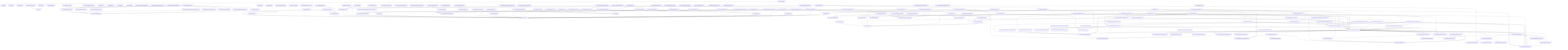
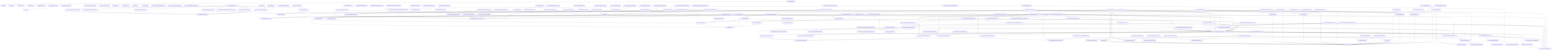
graph TD
  package__ankhorage_studio["@ankhorage/studio"]
  entrypoint_src_index_ts["src/index.ts"]
  package__ankhorage_studio --> entrypoint_src_index_ts
  module_knip_config_ts["knip.config.ts"]
  package__ankhorage_studio -.-> module_knip_config_ts
  module_paradox_config_ts["paradox.config.ts"]
  package__ankhorage_studio -.-> module_paradox_config_ts
  module_src_ankhAdmin_public_test_ts["src/ankhAdmin.public.test.ts"]
  package__ankhorage_studio -.-> module_src_ankhAdmin_public_test_ts
  module_src_ankhAdmin_public_test_ts --> module_src_root_ts
  module_src_app_index_ts["src/app/index.ts"]
  package__ankhorage_studio -.-> module_src_app_index_ts
  module_src_app_StudioApp_tsx["src/app/StudioApp.tsx"]
  package__ankhorage_studio -.-> module_src_app_StudioApp_tsx
  module_src_app_StudioDashboard_tsx["src/app/StudioDashboard.tsx"]
  package__ankhorage_studio -.-> module_src_app_StudioDashboard_tsx
  module_src_app_StudioDashboard_tsx --> module_src_hooks_useProjects_ts
  module_src_app_StudioDashboard_tsx --> module_src_hooks_useTemplateSummaries_ts
  module_src_app_StudioDashboard_tsx --> module_src_modules_dashboard_platform_ts
  module_src_app_StudioDashboard_tsx --> module_src_modules_dashboard_search_ts
  module_src_app_StudioDashboard_tsx --> module_src_modules_dashboard_templates_ts
  module_src_app_StudioDashboard_tsx --> module_src_modules_dashboard_types_ts
  module_src_app_StudioDashboard_tsx --> module_src_modules_dashboard_ui_DashboardSectionHeader_tsx
  module_src_app_StudioDashboard_tsx --> module_src_modules_dashboard_ui_ProjectCard_tsx
  module_src_app_StudioDashboard_tsx --> module_src_modules_dashboard_ui_TemplateCard_tsx
  module_src_authFlowContract_test_ts["src/authFlowContract.test.ts"]
  package__ankhorage_studio -.-> module_src_authFlowContract_test_ts
  module_src_authSettings_test_ts["src/authSettings.test.ts"]
  package__ankhorage_studio -.-> module_src_authSettings_test_ts
  module_src_authSettings_test_ts --> module_src_authSettings_ts
  module_src_authSettings_ts["src/authSettings.ts"]
  package__ankhorage_studio -.-> module_src_authSettings_ts
  module_src_canvasDragModel_public_test_ts["src/canvasDragModel.public.test.ts"]
  package__ankhorage_studio -.-> module_src_canvasDragModel_public_test_ts
  module_src_canvasDragModel_public_test_ts --> module_src_canvasDragModel_ts
  module_src_canvasDragModel_public_test_ts --> module_src_canvasDropZones_ts
  module_src_canvasDragModel_test_ts["src/canvasDragModel.test.ts"]
  package__ankhorage_studio -.-> module_src_canvasDragModel_test_ts
  module_src_canvasDragModel_test_ts --> module_src_canvasDragModel_ts
  module_src_canvasDragModel_test_ts --> module_src_canvasDropZones_ts
  module_src_canvasDragModel_ts["src/canvasDragModel.ts"]
  package__ankhorage_studio -.-> module_src_canvasDragModel_ts
  module_src_canvasDragModel_ts --> module_src_canvasDropZones_ts
  module_src_canvasDragModel_ts --> module_src_index_ts
  module_src_canvasDropZones_test_ts["src/canvasDropZones.test.ts"]
  package__ankhorage_studio -.-> module_src_canvasDropZones_test_ts
  module_src_canvasDropZones_test_ts --> module_src_canvasDropZones_ts
  module_src_canvasDropZones_test_ts --> module_src_index_ts
  module_src_canvasDropZones_ts["src/canvasDropZones.ts"]
  package__ankhorage_studio -.-> module_src_canvasDropZones_ts
  module_src_canvasDropZones_ts --> module_src_index_ts
  module_src_cli_index_ts["src/cli/index.ts"]
  package__ankhorage_studio -.-> module_src_cli_index_ts
  module_src_cli_index_ts --> module_src_host_createStudioHost_ts
  module_src_cli_index_ts --> module_src_host_http_server_ts
  module_src_cli_index_ts --> module_src_host_templateRegistry_index_ts
  module_src_cli_index_ts --> module_src_host_utils_workspaceRoot_ts
  module_src_core_constants_ts["src/core/constants.ts"]
  package__ankhorage_studio -.-> module_src_core_constants_ts
  module_src_core_StudioContext_ts["src/core/StudioContext.ts"]
  package__ankhorage_studio -.-> module_src_core_StudioContext_ts
  module_src_core_StudioContext_ts --> module_src_index_ts
  module_src_core_studioPackageBoundary_ts["src/core/studioPackageBoundary.ts"]
  package__ankhorage_studio -.-> module_src_core_studioPackageBoundary_ts
+   module_src_core_StudioProvider_test_ts["src/core/StudioProvider.test.ts"]
+   package__ankhorage_studio -.-> module_src_core_StudioProvider_test_ts
  module_src_core_StudioProvider_ts["src/core/StudioProvider.ts"]
  package__ankhorage_studio -.-> module_src_core_StudioProvider_ts
+   module_src_core_StudioProvider_ts --> module_src_core_constants_ts
  module_src_core_StudioProvider_ts --> module_src_core_StudioContext_ts
  module_src_core_StudioProvider_ts --> module_src_index_ts
+   module_src_core_StudioProvider_ts --> module_src_manifestState_ts
+   module_src_core_StudioProvider_ts --> module_src_manifestSync_ts
  module_src_dnd_index_ts["src/dnd/index.ts"]
  package__ankhorage_studio -.-> module_src_dnd_index_ts
  module_src_dnd_primitives_ts["src/dnd/primitives.ts"]
  package__ankhorage_studio -.-> module_src_dnd_primitives_ts
  module_src_dnd_state_ts["src/dnd/state.ts"]
  package__ankhorage_studio -.-> module_src_dnd_state_ts
  module_src_hooks_useProjects_ts["src/hooks/useProjects.ts"]
  package__ankhorage_studio -.-> module_src_hooks_useProjects_ts
  module_src_hooks_useProjects_ts --> module_src_core_constants_ts
  module_src_hooks_useTemplateSummaries_ts["src/hooks/useTemplateSummaries.ts"]
  package__ankhorage_studio -.-> module_src_hooks_useTemplateSummaries_ts
  module_src_hooks_useTemplateSummaries_ts --> module_src_core_constants_ts
  module_src_hooks_useTemplateSummaries_ts --> module_src_modules_dashboard_types_ts
  module_src_host_auth_projectAuthHealthService_ts["src/host/auth/projectAuthHealthService.ts"]
  package__ankhorage_studio -.-> module_src_host_auth_projectAuthHealthService_ts
  module_src_host_auth_projectAuthHealthService_ts --> module_src_host_orchestrator_projectManager_ts
  module_src_host_auth_projectAuthHealthService_ts --> module_src_host_secrets_projectSecretService_ts
  module_src_host_auth_projectAuthHealthService_ts --> module_src_projectAuthHealth_ts
  module_src_host_auth_projectAuthService_test_ts["src/host/auth/projectAuthService.test.ts"]
  package__ankhorage_studio -.-> module_src_host_auth_projectAuthService_test_ts
  module_src_host_auth_projectAuthService_test_ts --> module_src_host_auth_projectAuthService_ts
  module_src_host_auth_projectAuthService_ts["src/host/auth/projectAuthService.ts"]
  package__ankhorage_studio -.-> module_src_host_auth_projectAuthService_ts
  module_src_host_auth_projectAuthService_ts --> module_src_authSettings_ts
  module_src_host_auth_projectAuthService_ts --> module_src_host_orchestrator_projectManager_ts
  module_src_host_createStudioHost_ts["src/host/createStudioHost.ts"]
  package__ankhorage_studio -.-> module_src_host_createStudioHost_ts
  module_src_host_createStudioHost_ts --> module_src_host_orchestrator_infraRuntime_ts
  module_src_host_createStudioHost_ts --> module_src_host_orchestrator_moduleManager_ts
  module_src_host_createStudioHost_ts --> module_src_host_orchestrator_projectManager_ts
  module_src_host_generatedAuthAdapterRuntime_smoke_test_ts["src/host/generatedAuthAdapterRuntime.smoke.test.ts"]
  package__ankhorage_studio -.-> module_src_host_generatedAuthAdapterRuntime_smoke_test_ts
  module_src_host_generatedAuthAdapterRuntime_smoke_test_ts --> module_src_host_orchestrator_moduleManager_ts
  module_src_host_generatedAuthAdapterRuntime_smoke_test_ts --> module_src_host_orchestrator_projectManager_ts
  module_src_host_generatedAuthAdapterRuntime_smoke_test_ts --> module_src_host_templateRegistry_index_ts
  module_src_host_hostLifecycle_smoke_test_ts["src/host/hostLifecycle.smoke.test.ts"]
  package__ankhorage_studio -.-> module_src_host_hostLifecycle_smoke_test_ts
  module_src_host_hostLifecycle_smoke_test_ts --> module_src_host_orchestrator_moduleManager_ts
  module_src_host_hostLifecycle_smoke_test_ts --> module_src_host_orchestrator_projectManager_ts
  module_src_host_hostLifecycle_smoke_test_ts --> module_src_host_templateRegistry_index_ts
  module_src_host_hostOwnership_test_ts["src/host/hostOwnership.test.ts"]
  package__ankhorage_studio -.-> module_src_host_hostOwnership_test_ts
  module_src_host_hostOwnership_test_ts --> module_src_host_http_security_ts
  module_src_host_hostOwnership_test_ts --> module_src_host_orchestrator_projectPaths_ts
  module_src_host_hostOwnership_test_ts --> module_src_host_utils_workspaceRoot_ts
  module_src_host_http_authRoutes_ts["src/host/http/authRoutes.ts"]
  package__ankhorage_studio -.-> module_src_host_http_authRoutes_ts
  module_src_host_http_authRoutes_ts --> module_src_host_auth_projectAuthHealthService_ts
  module_src_host_http_authRoutes_ts --> module_src_host_auth_projectAuthService_ts
  module_src_host_http_authRoutes_ts --> module_src_host_orchestrator_projectManager_ts
  module_src_host_http_authRoutes_ts --> module_src_host_secrets_projectSecretService_ts
  module_src_host_http_secretRoutes_ts["src/host/http/secretRoutes.ts"]
  package__ankhorage_studio -.-> module_src_host_http_secretRoutes_ts
  module_src_host_http_secretRoutes_ts --> module_src_host_orchestrator_projectManager_ts
  module_src_host_http_secretRoutes_ts --> module_src_host_secrets_projectSecretService_ts
  module_src_host_http_security_ts["src/host/http/security.ts"]
  package__ankhorage_studio -.-> module_src_host_http_security_ts
  module_src_host_http_server_ts["src/host/http/server.ts"]
  package__ankhorage_studio -.-> module_src_host_http_server_ts
  module_src_host_http_server_ts --> module_src_host_http_security_ts
  module_src_host_http_server_ts --> module_src_host_orchestrator_infraRuntime_ts
  module_src_host_http_server_ts --> module_src_host_orchestrator_moduleManager_ts
  module_src_host_http_server_ts --> module_src_host_orchestrator_projectManager_ts
  module_src_host_http_server_ts --> module_src_host_orchestrator_resolveMutations_ts
  module_src_host_http_server_ts --> module_src_host_orchestrator_studioInfraUp_ts
  module_src_host_http_server_ts --> module_src_host_templateRegistry_index_ts
  module_src_host_http_server_ts --> module_src_host_utils_trimOutput_ts
  module_src_host_http_server_ts --> module_src_host_utils_workspaceRoot_ts
  module_src_host_http_serverWithSecrets_ts["src/host/http/serverWithSecrets.ts"]
  package__ankhorage_studio -.-> module_src_host_http_serverWithSecrets_ts
  module_src_host_http_serverWithSecrets_ts --> module_src_host_http_authRoutes_ts
  module_src_host_http_serverWithSecrets_ts --> module_src_host_http_secretRoutes_ts
  module_src_host_http_serverWithSecrets_ts --> module_src_host_http_server_ts
  module_src_host_http_serverWithSecrets_ts --> module_src_host_orchestrator_moduleManager_ts
  module_src_host_http_serverWithSecrets_ts --> module_src_host_orchestrator_projectManager_ts
  module_src_host_http_serverWithSecrets_ts --> module_src_host_utils_workspaceRoot_ts
  module_src_host_http_standalone_ts["src/host/http/standalone.ts"]
  package__ankhorage_studio -.-> module_src_host_http_standalone_ts
  module_src_host_http_standalone_ts --> module_src_host_http_serverWithSecrets_ts
  module_src_host_index_ts["src/host/index.ts"]
  package__ankhorage_studio -.-> module_src_host_index_ts
  module_src_host_layout_auth_resolveAuthLayoutPlan_test_ts["src/host/layout/auth/resolveAuthLayoutPlan.test.ts"]
  package__ankhorage_studio -.-> module_src_host_layout_auth_resolveAuthLayoutPlan_test_ts
  module_src_host_layout_auth_resolveAuthLayoutPlan_test_ts --> module_src_host_layout_auth_resolveAuthLayoutPlan_ts
  module_src_host_layout_auth_resolveAuthLayoutPlan_ts["src/host/layout/auth/resolveAuthLayoutPlan.ts"]
  package__ankhorage_studio -.-> module_src_host_layout_auth_resolveAuthLayoutPlan_ts
  module_src_host_layout_layoutGenerator_test_ts["src/host/layout/layoutGenerator.test.ts"]
  package__ankhorage_studio -.-> module_src_host_layout_layoutGenerator_test_ts
  module_src_host_layout_layoutGenerator_test_ts --> module_src_host_layout_layoutGenerator_ts
  module_src_host_layout_layoutGenerator_ts["src/host/layout/layoutGenerator.ts"]
  package__ankhorage_studio -.-> module_src_host_layout_layoutGenerator_ts
  module_src_host_layout_layoutGenerator_ts --> module_src_host_layout_auth_resolveAuthLayoutPlan_ts
  module_src_host_layout_layoutGenerator_ts --> module_src_host_layout_templates_index_ts
  module_src_host_layout_layoutGenerator_ts --> module_src_host_modules_layout_ts
+   module_src_host_layout_layoutGenerator_ts --> module_src_index_ts
+   module_src_host_layout_layoutGenerator_ts --> module_src_studioAdminRouteModel_ts
  module_src_host_layout_templates_auth_adapter_ts["src/host/layout/templates/auth/adapter.ts"]
  package__ankhorage_studio -.-> module_src_host_layout_templates_auth_adapter_ts
  module_src_host_layout_templates_auth_callback_ts["src/host/layout/templates/auth/callback.ts"]
  package__ankhorage_studio -.-> module_src_host_layout_templates_auth_callback_ts
  module_src_host_layout_templates_auth_callback_ts --> module_src_host_layout_templates_utils_routes_ts
  module_src_host_layout_templates_auth_callback_ts --> module_src_host_layout_utils_escapeStringLiteral_ts
  module_src_host_layout_templates_auth_oauth_ts["src/host/layout/templates/auth/oauth.ts"]
  package__ankhorage_studio -.-> module_src_host_layout_templates_auth_oauth_ts
  module_src_host_layout_templates_auth_oauth_ts --> module_src_host_layout_auth_resolveAuthLayoutPlan_ts
  module_src_host_layout_templates_auth_oauth_ts --> module_src_host_layout_utils_escapeStringLiteral_ts
  module_src_host_layout_templates_auth_screen_ts["src/host/layout/templates/auth/screen.ts"]
  package__ankhorage_studio -.-> module_src_host_layout_templates_auth_screen_ts
  module_src_host_layout_templates_auth_screen_ts --> module_src_host_layout_auth_resolveAuthLayoutPlan_ts
  module_src_host_layout_templates_auth_screen_ts --> module_src_host_layout_templates_utils_routes_ts
  module_src_host_layout_templates_auth_screen_ts --> module_src_host_layout_templates_utils_strings_ts
  module_src_host_layout_templates_auth_screen_ts --> module_src_host_layout_utils_escapeStringLiteral_ts
  module_src_host_layout_templates_auth_session_ts["src/host/layout/templates/auth/session.ts"]
  package__ankhorage_studio -.-> module_src_host_layout_templates_auth_session_ts
  module_src_host_layout_templates_auth_signOut_ts["src/host/layout/templates/auth/signOut.ts"]
  package__ankhorage_studio -.-> module_src_host_layout_templates_auth_signOut_ts
  module_src_host_layout_templates_index_ts["src/host/layout/templates/index.ts"]
  package__ankhorage_studio -.-> module_src_host_layout_templates_index_ts
  module_src_host_layout_templates_navigation_ts["src/host/layout/templates/navigation.ts"]
  package__ankhorage_studio -.-> module_src_host_layout_templates_navigation_ts
  module_src_host_layout_templates_navigation_ts --> module_src_host_layout_utils_escapeStringLiteral_ts
  module_src_host_layout_templates_nestedLayout_ts["src/host/layout/templates/nestedLayout.ts"]
  package__ankhorage_studio -.-> module_src_host_layout_templates_nestedLayout_ts
  module_src_host_layout_templates_nestedLayout_ts --> module_src_host_layout_templates_navigation_ts
  module_src_host_layout_templates_nestedLayout_ts --> module_src_host_layout_templates_utils_strings_ts
  module_src_host_layout_templates_redirect_ts["src/host/layout/templates/redirect.ts"]
  package__ankhorage_studio -.-> module_src_host_layout_templates_redirect_ts
  module_src_host_layout_templates_redirect_ts --> module_src_host_layout_utils_escapeStringLiteral_ts
  module_src_host_layout_templates_rootLayout_test_ts["src/host/layout/templates/rootLayout.test.ts"]
  package__ankhorage_studio -.-> module_src_host_layout_templates_rootLayout_test_ts
  module_src_host_layout_templates_rootLayout_test_ts --> module_src_host_layout_templates_rootLayout_ts
  module_src_host_layout_templates_rootLayout_ts["src/host/layout/templates/rootLayout.ts"]
  package__ankhorage_studio -.-> module_src_host_layout_templates_rootLayout_ts
  module_src_host_layout_templates_rootLayout_ts --> module_src_host_layout_templates_navigation_ts
  module_src_host_layout_templates_rootLayout_ts --> module_src_host_layout_templates_utils_routes_ts
  module_src_host_layout_templates_rootLayout_ts --> module_src_host_layout_utils_escapeStringLiteral_ts
  module_src_host_layout_templates_rootLayout_ts --> module_src_host_modules_layout_ts
  module_src_host_layout_templates_screen_ts["src/host/layout/templates/screen.ts"]
  package__ankhorage_studio -.-> module_src_host_layout_templates_screen_ts
  module_src_host_layout_templates_screen_ts --> module_src_host_layout_templates_utils_strings_ts
  module_src_host_layout_templates_screen_ts --> module_src_host_layout_utils_escapeStringLiteral_ts
  module_src_host_layout_templates_utils_routes_ts["src/host/layout/templates/utils/routes.ts"]
  package__ankhorage_studio -.-> module_src_host_layout_templates_utils_routes_ts
  module_src_host_layout_templates_utils_strings_ts["src/host/layout/templates/utils/strings.ts"]
  package__ankhorage_studio -.-> module_src_host_layout_templates_utils_strings_ts
  module_src_host_layout_utils_escapeStringLiteral_ts["src/host/layout/utils/escapeStringLiteral.ts"]
  package__ankhorage_studio -.-> module_src_host_layout_utils_escapeStringLiteral_ts
  module_src_host_manifestSystem_auth_index_ts["src/host/manifestSystem/auth/index.ts"]
  package__ankhorage_studio -.-> module_src_host_manifestSystem_auth_index_ts
  module_src_host_manifestSystem_auth_shared_global_auth_system_tpl_ts["src/host/manifestSystem/auth/shared/global.auth.system.tpl.ts"]
  package__ankhorage_studio -.-> module_src_host_manifestSystem_auth_shared_global_auth_system_tpl_ts
  module_src_host_manifestSystem_auth_shared_index_ts["src/host/manifestSystem/auth/shared/index.ts"]
  package__ankhorage_studio -.-> module_src_host_manifestSystem_auth_shared_index_ts
  module_src_host_manifestSystem_auth_shared_index_ts --> module_src_host_manifestSystem_auth_shared_global_auth_system_tpl_ts
  module_src_host_manifestSystem_auth_shared_index_ts --> module_src_host_manifestSystem_types_ts
  module_src_host_manifestSystem_index_ts["src/host/manifestSystem/index.ts"]
  package__ankhorage_studio -.-> module_src_host_manifestSystem_index_ts
  module_src_host_manifestSystem_index_ts --> module_src_host_manifestSystem_auth_index_ts
  module_src_host_manifestSystem_index_ts --> module_src_host_manifestSystem_types_ts
  module_src_host_manifestSystem_index_ts --> module_src_host_utils_requirementsInference_ts
  module_src_host_manifestSystem_types_ts["src/host/manifestSystem/types.ts"]
  package__ankhorage_studio -.-> module_src_host_manifestSystem_types_ts
  module_src_host_modules_catalog_ts["src/host/modules/catalog.ts"]
  package__ankhorage_studio -.-> module_src_host_modules_catalog_ts
  module_src_host_modules_catalog_ts --> module_src_host_modules_layout_ts
  module_src_host_modules_layout_ts["src/host/modules/layout.ts"]
  package__ankhorage_studio -.-> module_src_host_modules_layout_ts
  module_src_host_modules_runtime_LocalFsTargetAdapter_ts["src/host/modules/runtime/LocalFsTargetAdapter.ts"]
  package__ankhorage_studio -.-> module_src_host_modules_runtime_LocalFsTargetAdapter_ts
  module_src_host_oauthFixtureConsumer_smoke_test_ts["src/host/oauthFixtureConsumer.smoke.test.ts"]
  package__ankhorage_studio -.-> module_src_host_oauthFixtureConsumer_smoke_test_ts
  module_src_host_oauthFixtureConsumer_smoke_test_ts --> module_src_host_orchestrator_moduleManager_ts
  module_src_host_oauthFixtureConsumer_smoke_test_ts --> module_src_host_orchestrator_projectManager_ts
  module_src_host_oauthFixtureConsumer_smoke_test_ts --> module_src_host_templateRegistry_index_ts
  module_src_host_orchestrator_generatedAppFiles_ts["src/host/orchestrator/generatedAppFiles.ts"]
  package__ankhorage_studio -.-> module_src_host_orchestrator_generatedAppFiles_ts
  module_src_host_orchestrator_generatedAppFiles_ts --> module_src_host_zoraExtensions_index_ts
  module_src_host_orchestrator_generatedRouteCleanup_ts["src/host/orchestrator/generatedRouteCleanup.ts"]
  package__ankhorage_studio -.-> module_src_host_orchestrator_generatedRouteCleanup_ts
  module_src_host_orchestrator_infraGenerator_ts["src/host/orchestrator/infraGenerator.ts"]
  package__ankhorage_studio -.-> module_src_host_orchestrator_infraGenerator_ts
  module_src_host_orchestrator_infraGenerator_ts --> module_src_host_orchestrator_infraValidation_ts
  module_src_host_orchestrator_infraRuntime_test_ts["src/host/orchestrator/infraRuntime.test.ts"]
  package__ankhorage_studio -.-> module_src_host_orchestrator_infraRuntime_test_ts
  module_src_host_orchestrator_infraRuntime_test_ts --> module_src_host_orchestrator_infraRuntime_ts
  module_src_host_orchestrator_infraRuntime_ts["src/host/orchestrator/infraRuntime.ts"]
  package__ankhorage_studio -.-> module_src_host_orchestrator_infraRuntime_ts
  module_src_host_orchestrator_infraRuntime_ts --> module_src_host_orchestrator_projectPaths_ts
  module_src_host_orchestrator_infraValidation_ts["src/host/orchestrator/infraValidation.ts"]
  package__ankhorage_studio -.-> module_src_host_orchestrator_infraValidation_ts
  module_src_host_orchestrator_moduleManager_ts["src/host/orchestrator/moduleManager.ts"]
  package__ankhorage_studio -.-> module_src_host_orchestrator_moduleManager_ts
  module_src_host_orchestrator_moduleManager_ts --> module_src_host_modules_catalog_ts
  module_src_host_orchestrator_moduleManager_ts --> module_src_host_modules_runtime_LocalFsTargetAdapter_ts
  module_src_host_orchestrator_moduleManager_ts --> module_src_host_orchestrator_projectManager_ts
  module_src_host_orchestrator_moduleManager_ts --> module_src_host_orchestrator_resolveMutations_ts
  module_src_host_orchestrator_projectDeletion_test_ts["src/host/orchestrator/projectDeletion.test.ts"]
  package__ankhorage_studio -.-> module_src_host_orchestrator_projectDeletion_test_ts
  module_src_host_orchestrator_projectDeletion_test_ts --> module_src_host_orchestrator_projectDeletion_ts
  module_src_host_orchestrator_projectDeletion_ts["src/host/orchestrator/projectDeletion.ts"]
  package__ankhorage_studio -.-> module_src_host_orchestrator_projectDeletion_ts
  module_src_host_orchestrator_projectManager_ts["src/host/orchestrator/projectManager.ts"]
  package__ankhorage_studio -.-> module_src_host_orchestrator_projectManager_ts
  module_src_host_orchestrator_projectManager_ts --> module_src_host_layout_layoutGenerator_ts
  module_src_host_orchestrator_projectManager_ts --> module_src_host_manifestSystem_index_ts
  module_src_host_orchestrator_projectManager_ts --> module_src_host_modules_layout_ts
  module_src_host_orchestrator_projectManager_ts --> module_src_host_orchestrator_generatedRouteCleanup_ts
  module_src_host_orchestrator_projectManager_ts --> module_src_host_orchestrator_infraGenerator_ts
  module_src_host_orchestrator_projectManager_ts --> module_src_host_orchestrator_infraRuntime_ts
  module_src_host_orchestrator_projectManager_ts --> module_src_host_orchestrator_projectDeletion_ts
  module_src_host_orchestrator_projectManager_ts --> module_src_host_orchestrator_projectPaths_ts
  module_src_host_orchestrator_projectManager_ts --> module_src_host_orchestrator_projectStore_ts
  module_src_host_orchestrator_projectManager_ts --> module_src_host_orchestrator_resolveMutations_ts
  module_src_host_orchestrator_projectManager_ts --> module_src_host_orchestrator_scaffolder_ts
  module_src_host_orchestrator_projectManager_ts --> module_src_host_orchestrator_templates_ts
  module_src_host_orchestrator_projectManager_ts --> module_src_host_orchestrator_workspaceRuntime_ts
  module_src_host_orchestrator_projectManager_ts --> module_src_host_templateRegistry_index_ts
  module_src_host_orchestrator_projectManager_ts --> module_src_host_zoraExtensions_index_ts
  module_src_host_orchestrator_projectManagerDeletion_test_ts["src/host/orchestrator/projectManagerDeletion.test.ts"]
  package__ankhorage_studio -.-> module_src_host_orchestrator_projectManagerDeletion_test_ts
  module_src_host_orchestrator_projectManagerDeletion_test_ts --> module_src_host_orchestrator_projectManager_ts
  module_src_host_orchestrator_projectPaths_ts["src/host/orchestrator/projectPaths.ts"]
  package__ankhorage_studio -.-> module_src_host_orchestrator_projectPaths_ts
  module_src_host_orchestrator_projectStore_ts["src/host/orchestrator/projectStore.ts"]
  package__ankhorage_studio -.-> module_src_host_orchestrator_projectStore_ts
  module_src_host_orchestrator_projectStore_ts --> module_src_host_orchestrator_projectPaths_ts
  module_src_host_orchestrator_resolveMutations_ts["src/host/orchestrator/resolveMutations.ts"]
  package__ankhorage_studio -.-> module_src_host_orchestrator_resolveMutations_ts
  module_src_host_orchestrator_resolveMutations_ts --> module_src_host_modules_catalog_ts
  module_src_host_orchestrator_resolveMutations_ts --> module_src_host_modules_layout_ts
  module_src_host_orchestrator_scaffolder_ts["src/host/orchestrator/scaffolder.ts"]
  package__ankhorage_studio -.-> module_src_host_orchestrator_scaffolder_ts
  module_src_host_orchestrator_scaffolder_ts --> module_src_host_manifestSystem_index_ts
  module_src_host_orchestrator_scaffolder_ts --> module_src_host_orchestrator_generatedAppFiles_ts
  module_src_host_orchestrator_scaffolder_ts --> module_src_host_orchestrator_templates_ts
  module_src_host_orchestrator_scaffolder_ts --> module_src_host_templateRegistry_index_ts
  module_src_host_orchestrator_scaffolder_ts --> module_src_host_zoraExtensions_index_ts
  module_src_host_orchestrator_studioInfraUp_ts["src/host/orchestrator/studioInfraUp.ts"]
  package__ankhorage_studio -.-> module_src_host_orchestrator_studioInfraUp_ts
  module_src_host_orchestrator_studioInfraUp_ts --> module_src_host_orchestrator_infraRuntime_ts
  module_src_host_orchestrator_studioInfraUp_ts --> module_src_host_orchestrator_projectManager_ts
  module_src_host_orchestrator_studioInfraUp_ts --> module_src_host_secrets_trustedOAuthInfraEnvironment_ts
  module_src_host_orchestrator_templates_test_ts["src/host/orchestrator/templates.test.ts"]
  package__ankhorage_studio -.-> module_src_host_orchestrator_templates_test_ts
  module_src_host_orchestrator_templates_test_ts --> module_src_host_orchestrator_templates_ts
  module_src_host_orchestrator_templates_ts["src/host/orchestrator/templates.ts"]
  package__ankhorage_studio -.-> module_src_host_orchestrator_templates_ts
  module_src_host_orchestrator_workspaceRuntime_ts["src/host/orchestrator/workspaceRuntime.ts"]
  package__ankhorage_studio -.-> module_src_host_orchestrator_workspaceRuntime_ts
  module_src_host_secrets_bunSupabaseVaultClient_ts["src/host/secrets/bunSupabaseVaultClient.ts"]
  package__ankhorage_studio -.-> module_src_host_secrets_bunSupabaseVaultClient_ts
  module_src_host_secrets_projectSecretService_test_ts["src/host/secrets/projectSecretService.test.ts"]
  package__ankhorage_studio -.-> module_src_host_secrets_projectSecretService_test_ts
  module_src_host_secrets_projectSecretService_test_ts --> module_src_host_secrets_projectSecretService_ts
  module_src_host_secrets_projectSecretService_ts["src/host/secrets/projectSecretService.ts"]
  package__ankhorage_studio -.-> module_src_host_secrets_projectSecretService_ts
  module_src_host_secrets_projectSecretService_ts --> module_src_host_orchestrator_projectManager_ts
  module_src_host_secrets_projectSecretService_ts --> module_src_host_orchestrator_projectPaths_ts
  module_src_host_secrets_projectSecretService_ts --> module_src_host_secrets_bunSupabaseVaultClient_ts
  module_src_host_secrets_projectSecretService_ts --> module_src_host_secrets_resolveProjectSecretDatabaseUrl_ts
  module_src_host_secrets_projectSecretService_ts --> module_src_projectSecretUsage_ts
  module_src_host_secrets_resolveProjectSecretDatabaseUrl_test_ts["src/host/secrets/resolveProjectSecretDatabaseUrl.test.ts"]
  package__ankhorage_studio -.-> module_src_host_secrets_resolveProjectSecretDatabaseUrl_test_ts
  module_src_host_secrets_resolveProjectSecretDatabaseUrl_test_ts --> module_src_host_secrets_resolveProjectSecretDatabaseUrl_ts
  module_src_host_secrets_resolveProjectSecretDatabaseUrl_ts["src/host/secrets/resolveProjectSecretDatabaseUrl.ts"]
  package__ankhorage_studio -.-> module_src_host_secrets_resolveProjectSecretDatabaseUrl_ts
  module_src_host_secrets_trustedOAuthInfraEnvironment_test_ts["src/host/secrets/trustedOAuthInfraEnvironment.test.ts"]
  package__ankhorage_studio -.-> module_src_host_secrets_trustedOAuthInfraEnvironment_test_ts
  module_src_host_secrets_trustedOAuthInfraEnvironment_test_ts --> module_src_host_secrets_trustedOAuthInfraEnvironment_ts
  module_src_host_secrets_trustedOAuthInfraEnvironment_ts["src/host/secrets/trustedOAuthInfraEnvironment.ts"]
  package__ankhorage_studio -.-> module_src_host_secrets_trustedOAuthInfraEnvironment_ts
  module_src_host_secrets_trustedOAuthInfraEnvironment_ts --> module_src_host_orchestrator_projectManager_ts
  module_src_host_secrets_trustedOAuthInfraEnvironment_ts --> module_src_host_secrets_projectSecretService_ts
  module_src_host_studioInfra_e2e_test_ts["src/host/studioInfra.e2e.test.ts"]
  package__ankhorage_studio -.-> module_src_host_studioInfra_e2e_test_ts
  module_src_host_studioInfra_e2e_test_ts --> module_src_host_orchestrator_infraRuntime_ts
  module_src_host_studioInfra_e2e_test_ts --> module_src_host_orchestrator_projectManager_ts
  module_src_host_studioInfra_e2e_test_ts --> module_src_host_orchestrator_studioInfraUp_ts
  module_src_host_studioInfra_e2e_test_ts --> module_src_host_secrets_trustedOAuthInfraEnvironment_ts
  module_src_host_templateRegistry_index_ts["src/host/templateRegistry/index.ts"]
  package__ankhorage_studio -.-> module_src_host_templateRegistry_index_ts
  module_src_host_utils_requirementsInference_ts["src/host/utils/requirementsInference.ts"]
  package__ankhorage_studio -.-> module_src_host_utils_requirementsInference_ts
  module_src_host_utils_trimOutput_ts["src/host/utils/trimOutput.ts"]
  package__ankhorage_studio -.-> module_src_host_utils_trimOutput_ts
  module_src_host_utils_workspaceRoot_ts["src/host/utils/workspaceRoot.ts"]
  package__ankhorage_studio -.-> module_src_host_utils_workspaceRoot_ts
  module_src_host_zoraExtensions_index_ts["src/host/zoraExtensions/index.ts"]
  package__ankhorage_studio -.-> module_src_host_zoraExtensions_index_ts
  module_src_host_zoraExtensions_index_ts --> module_src_host_templateRegistry_index_ts
  module_src_index_test_ts["src/index.test.ts"]
  package__ankhorage_studio -.-> module_src_index_test_ts
  module_src_index_test_ts --> module_src_index_ts
  module_src_index_ts["src/index.ts"]
  module_src_insertModalModel_public_test_ts["src/insertModalModel.public.test.ts"]
  package__ankhorage_studio -.-> module_src_insertModalModel_public_test_ts
  module_src_insertModalModel_public_test_ts --> module_src_index_ts
  module_src_insertModalModel_public_test_ts --> module_src_insertModalModel_ts
  module_src_insertModalModel_test_ts["src/insertModalModel.test.ts"]
  package__ankhorage_studio -.-> module_src_insertModalModel_test_ts
  module_src_insertModalModel_test_ts --> module_src_index_ts
  module_src_insertModalModel_test_ts --> module_src_insertModalModel_ts
  module_src_insertModalModel_ts["src/insertModalModel.ts"]
  package__ankhorage_studio -.-> module_src_insertModalModel_ts
  module_src_insertModalModel_ts --> module_src_index_ts
  module_src_localizationConfig_public_test_ts["src/localizationConfig.public.test.ts"]
  package__ankhorage_studio -.-> module_src_localizationConfig_public_test_ts
  module_src_localizationConfig_public_test_ts --> module_src_localizationConfig_ts
  module_src_localizationConfig_test_ts["src/localizationConfig.test.ts"]
  package__ankhorage_studio -.-> module_src_localizationConfig_test_ts
  module_src_localizationConfig_test_ts --> module_src_localizationConfig_ts
  module_src_localizationConfig_ts["src/localizationConfig.ts"]
  package__ankhorage_studio -.-> module_src_localizationConfig_ts
  module_src_localizationPanelModel_test_ts["src/localizationPanelModel.test.ts"]
  package__ankhorage_studio -.-> module_src_localizationPanelModel_test_ts
  module_src_localizationPanelModel_test_ts --> module_src_localizationPanelModel_ts
  module_src_localizationPanelModel_ts["src/localizationPanelModel.ts"]
  package__ankhorage_studio -.-> module_src_localizationPanelModel_ts
  module_src_manifestNavigatorPreviewModel_public_test_ts["src/manifestNavigatorPreviewModel.public.test.ts"]
  package__ankhorage_studio -.-> module_src_manifestNavigatorPreviewModel_public_test_ts
  module_src_manifestNavigatorPreviewModel_public_test_ts --> module_src_manifestNavigatorPreviewModel_ts
  module_src_manifestNavigatorPreviewModel_test_ts["src/manifestNavigatorPreviewModel.test.ts"]
  package__ankhorage_studio -.-> module_src_manifestNavigatorPreviewModel_test_ts
  module_src_manifestNavigatorPreviewModel_test_ts --> module_src_manifestNavigatorPreviewModel_ts
  module_src_manifestNavigatorPreviewModel_ts["src/manifestNavigatorPreviewModel.ts"]
  package__ankhorage_studio -.-> module_src_manifestNavigatorPreviewModel_ts
  module_src_manifestNavigatorPreviewModel_ts --> module_src_routeUtils_ts
  module_src_manifestState_public_test_ts["src/manifestState.public.test.ts"]
  package__ankhorage_studio -.-> module_src_manifestState_public_test_ts
  module_src_manifestState_public_test_ts --> module_src_index_ts
  module_src_manifestState_public_test_ts --> module_src_manifestState_ts
  module_src_manifestState_routes_test_ts["src/manifestState.routes.test.ts"]
  package__ankhorage_studio -.-> module_src_manifestState_routes_test_ts
  module_src_manifestState_routes_test_ts --> module_src_index_ts
  module_src_manifestState_routes_test_ts --> module_src_manifestState_ts
  module_src_manifestState_test_ts["src/manifestState.test.ts"]
  package__ankhorage_studio -.-> module_src_manifestState_test_ts
  module_src_manifestState_test_ts --> module_src_index_ts
  module_src_manifestState_test_ts --> module_src_manifestState_ts
  module_src_manifestState_ts["src/manifestState.ts"]
  package__ankhorage_studio -.-> module_src_manifestState_ts
  module_src_manifestState_ts --> module_src_index_ts
  module_src_manifestSync_test_ts["src/manifestSync.test.ts"]
  package__ankhorage_studio -.-> module_src_manifestSync_test_ts
  module_src_manifestSync_test_ts --> module_src_index_ts
  module_src_manifestSync_test_ts --> module_src_manifestSync_ts
  module_src_manifestSync_ts["src/manifestSync.ts"]
  package__ankhorage_studio -.-> module_src_manifestSync_ts
  module_src_manifestSync_ts --> module_src_index_ts
  module_src_modules_dashboard_platform_ts["src/modules/dashboard/platform.ts"]
  package__ankhorage_studio -.-> module_src_modules_dashboard_platform_ts
  module_src_modules_dashboard_search_ts["src/modules/dashboard/search.ts"]
  package__ankhorage_studio -.-> module_src_modules_dashboard_search_ts
  module_src_modules_dashboard_search_ts --> module_src_modules_dashboard_types_ts
  module_src_modules_dashboard_templates_ts["src/modules/dashboard/templates.ts"]
  package__ankhorage_studio -.-> module_src_modules_dashboard_templates_ts
  module_src_modules_dashboard_templates_ts --> module_src_modules_dashboard_types_ts
  module_src_modules_dashboard_types_ts["src/modules/dashboard/types.ts"]
  package__ankhorage_studio -.-> module_src_modules_dashboard_types_ts
  module_src_modules_dashboard_ui_DashboardSectionHeader_tsx["src/modules/dashboard/ui/DashboardSectionHeader.tsx"]
  package__ankhorage_studio -.-> module_src_modules_dashboard_ui_DashboardSectionHeader_tsx
  module_src_modules_dashboard_ui_ProjectCard_tsx["src/modules/dashboard/ui/ProjectCard.tsx"]
  package__ankhorage_studio -.-> module_src_modules_dashboard_ui_ProjectCard_tsx
  module_src_modules_dashboard_ui_ProjectCard_tsx --> module_src_modules_dashboard_types_ts
  module_src_modules_dashboard_ui_TemplateCard_tsx["src/modules/dashboard/ui/TemplateCard.tsx"]
  package__ankhorage_studio -.-> module_src_modules_dashboard_ui_TemplateCard_tsx
  module_src_modules_dashboard_ui_TemplateCard_tsx --> module_src_modules_dashboard_types_ts
  module_src_projectAuthApi_test_ts["src/projectAuthApi.test.ts"]
  package__ankhorage_studio -.-> module_src_projectAuthApi_test_ts
  module_src_projectAuthApi_test_ts --> module_src_authSettings_ts
  module_src_projectAuthApi_test_ts --> module_src_projectAuthApi_ts
  module_src_projectAuthApi_ts["src/projectAuthApi.ts"]
  package__ankhorage_studio -.-> module_src_projectAuthApi_ts
  module_src_projectAuthApi_ts --> module_src_authSettings_ts
  module_src_projectAuthApi_ts --> module_src_projectAuthHealth_ts
  module_src_projectAuthApi_ts --> module_src_secretResponseGuard_ts
  module_src_projectAuthHealth_test_ts["src/projectAuthHealth.test.ts"]
  package__ankhorage_studio -.-> module_src_projectAuthHealth_test_ts
  module_src_projectAuthHealth_test_ts --> module_src_projectAuthHealth_ts
  module_src_projectAuthHealth_ts["src/projectAuthHealth.ts"]
  package__ankhorage_studio -.-> module_src_projectAuthHealth_ts
  module_src_projectAuthHealth_ts --> module_src_authSettings_ts
  module_src_projectSecretApi_test_ts["src/projectSecretApi.test.ts"]
  package__ankhorage_studio -.-> module_src_projectSecretApi_test_ts
  module_src_projectSecretApi_test_ts --> module_src_projectSecretApi_ts
  module_src_projectSecretApi_ts["src/projectSecretApi.ts"]
  package__ankhorage_studio -.-> module_src_projectSecretApi_ts
  module_src_projectSecretApi_ts --> module_src_projectSecretUsage_ts
  module_src_projectSecretApi_ts --> module_src_secretResponseGuard_ts
  module_src_projectSecretUsage_test_ts["src/projectSecretUsage.test.ts"]
  package__ankhorage_studio -.-> module_src_projectSecretUsage_test_ts
  module_src_projectSecretUsage_test_ts --> module_src_projectSecretUsage_ts
  module_src_projectSecretUsage_ts["src/projectSecretUsage.ts"]
  package__ankhorage_studio -.-> module_src_projectSecretUsage_ts
  module_src_root_test_ts["src/root.test.ts"]
  package__ankhorage_studio -.-> module_src_root_test_ts
  module_src_root_ts["src/root.ts"]
  package__ankhorage_studio -.-> module_src_root_ts
  module_src_routeUtils_public_test_ts["src/routeUtils.public.test.ts"]
  package__ankhorage_studio -.-> module_src_routeUtils_public_test_ts
  module_src_routeUtils_public_test_ts --> module_src_routeUtils_ts
  module_src_routeUtils_test_ts["src/routeUtils.test.ts"]
  package__ankhorage_studio -.-> module_src_routeUtils_test_ts
  module_src_routeUtils_test_ts --> module_src_routeUtils_ts
  module_src_routeUtils_ts["src/routeUtils.ts"]
  package__ankhorage_studio -.-> module_src_routeUtils_ts
  module_src_runtime_actionSuppression_ts["src/runtime/actionSuppression.ts"]
  package__ankhorage_studio -.-> module_src_runtime_actionSuppression_ts
  module_src_runtime_appExtensionRegistry_ts["src/runtime/appExtensionRegistry.ts"]
  package__ankhorage_studio -.-> module_src_runtime_appExtensionRegistry_ts
  module_src_runtime_index_ts["src/runtime/index.ts"]
  package__ankhorage_studio -.-> module_src_runtime_index_ts
  module_src_runtime_localizationPreview_ts["src/runtime/localizationPreview.ts"]
  package__ankhorage_studio -.-> module_src_runtime_localizationPreview_ts
  module_src_runtime_overlay_test_ts["src/runtime/overlay.test.ts"]
  package__ankhorage_studio -.-> module_src_runtime_overlay_test_ts
  module_src_runtime_previewRegistry_ts["src/runtime/previewRegistry.ts"]
  package__ankhorage_studio -.-> module_src_runtime_previewRegistry_ts
  module_src_runtime_previewRuntimeConfig_ts["src/runtime/previewRuntimeConfig.ts"]
  package__ankhorage_studio -.-> module_src_runtime_previewRuntimeConfig_ts
  module_src_runtime_previewRuntimeConfig_ts --> module_src_runtime_actionSuppression_ts
  module_src_runtime_previewRuntimeConfig_ts --> module_src_runtime_previewRegistry_ts
  module_src_runtime_registry_tsx["src/runtime/registry.tsx"]
  package__ankhorage_studio -.-> module_src_runtime_registry_tsx
  module_src_runtime_registry_tsx --> module_src_runtime_appExtensionRegistry_ts
  module_src_runtime_runtimeActions_ts["src/runtime/runtimeActions.ts"]
  package__ankhorage_studio -.-> module_src_runtime_runtimeActions_ts
  module_src_runtime_useRuntimeAction_ts["src/runtime/useRuntimeAction.ts"]
  package__ankhorage_studio -.-> module_src_runtime_useRuntimeAction_ts
  module_src_runtime_useRuntimeAction_ts --> module_src_runtime_runtimeActions_ts
  module_src_runtimeDiagnosticsModel_test_ts["src/runtimeDiagnosticsModel.test.ts"]
  package__ankhorage_studio -.-> module_src_runtimeDiagnosticsModel_test_ts
  module_src_runtimeDiagnosticsModel_test_ts --> module_src_runtimeDiagnosticsModel_ts
  module_src_runtimeDiagnosticsModel_ts["src/runtimeDiagnosticsModel.ts"]
  package__ankhorage_studio -.-> module_src_runtimeDiagnosticsModel_ts
  module_src_runtimeLocalization_public_test_ts["src/runtimeLocalization.public.test.ts"]
  package__ankhorage_studio -.-> module_src_runtimeLocalization_public_test_ts
  module_src_runtimeLocalization_public_test_ts --> module_src_runtimeLocalization_ts
  module_src_runtimeLocalization_test_ts["src/runtimeLocalization.test.ts"]
  package__ankhorage_studio -.-> module_src_runtimeLocalization_test_ts
  module_src_runtimeLocalization_test_ts --> module_src_runtimeLocalization_ts
  module_src_runtimeLocalization_ts["src/runtimeLocalization.ts"]
  package__ankhorage_studio -.-> module_src_runtimeLocalization_ts
  module_src_secretResponseGuard_test_ts["src/secretResponseGuard.test.ts"]
  package__ankhorage_studio -.-> module_src_secretResponseGuard_test_ts
  module_src_secretResponseGuard_test_ts --> module_src_secretResponseGuard_ts
  module_src_secretResponseGuard_ts["src/secretResponseGuard.ts"]
  package__ankhorage_studio -.-> module_src_secretResponseGuard_ts
  module_src_studioAdminRouteModel_test_ts["src/studioAdminRouteModel.test.ts"]
  package__ankhorage_studio -.-> module_src_studioAdminRouteModel_test_ts
  module_src_studioAdminRouteModel_test_ts --> module_src_studioAdminRouteModel_ts
  module_src_studioAdminRouteModel_ts["src/studioAdminRouteModel.ts"]
  package__ankhorage_studio -.-> module_src_studioAdminRouteModel_ts
  module_src_studioAdminRouteModel_ts --> module_src_index_ts
  module_src_studioSelectionModel_knip_test_ts["src/studioSelectionModel.knip.test.ts"]
  package__ankhorage_studio -.-> module_src_studioSelectionModel_knip_test_ts
  module_src_studioSelectionModel_knip_test_ts --> module_src_studioSelectionModel_ts
  module_src_studioSelectionModel_test_ts["src/studioSelectionModel.test.ts"]
  package__ankhorage_studio -.-> module_src_studioSelectionModel_test_ts
  module_src_studioSelectionModel_test_ts --> module_src_studioSelectionModel_ts
  module_src_studioSelectionModel_ts["src/studioSelectionModel.ts"]
  package__ankhorage_studio -.-> module_src_studioSelectionModel_ts
  module_src_ui_AnkhAdmin_test_ts["src/ui/AnkhAdmin.test.ts"]
  package__ankhorage_studio -.-> module_src_ui_AnkhAdmin_test_ts
  module_src_ui_AnkhAdmin_tsx["src/ui/AnkhAdmin.tsx"]
  package__ankhorage_studio -.-> module_src_ui_AnkhAdmin_tsx
  module_src_ui_AnkhAdmin_tsx --> module_src_core_StudioContext_ts
  module_src_ui_AnkhAdmin_tsx --> module_src_index_ts
+   module_src_ui_AnkhAdmin_tsx --> module_src_manifestState_ts
  module_src_ui_AnkhAdmin_tsx --> module_src_studioAdminRouteModel_ts
  module_src_ui_AnkhAdmin_tsx --> module_src_ui_StudioAdminOverlay_tsx
  module_src_ui_AnkhAdmin_tsx --> module_src_ui_StudioAuthSettingsOverlay_tsx
  module_src_ui_AnkhStudio_ts["src/ui/AnkhStudio.ts"]
  package__ankhorage_studio -.-> module_src_ui_AnkhStudio_ts
  module_src_ui_AnkhStudio_ts --> module_src_core_StudioContext_ts
  module_src_ui_StudioAdminOverlay_test_ts["src/ui/StudioAdminOverlay.test.ts"]
  package__ankhorage_studio -.-> module_src_ui_StudioAdminOverlay_test_ts
  module_src_ui_StudioAdminOverlay_tsx["src/ui/StudioAdminOverlay.tsx"]
  package__ankhorage_studio -.-> module_src_ui_StudioAdminOverlay_tsx
  module_src_ui_StudioAdminOverlay_tsx --> module_src_projectSecretApi_ts
  module_src_ui_StudioAdminOverlay_tsx --> module_src_projectSecretUsage_ts
  module_src_ui_StudioAuthSettingsOverlay_test_ts["src/ui/StudioAuthSettingsOverlay.test.ts"]
  package__ankhorage_studio -.-> module_src_ui_StudioAuthSettingsOverlay_test_ts
  module_src_ui_StudioAuthSettingsOverlay_tsx["src/ui/StudioAuthSettingsOverlay.tsx"]
  package__ankhorage_studio -.-> module_src_ui_StudioAuthSettingsOverlay_tsx
  module_src_ui_StudioAuthSettingsOverlay_tsx --> module_src_authSettings_ts
  module_src_ui_StudioAuthSettingsOverlay_tsx --> module_src_index_ts
  module_src_ui_StudioAuthSettingsOverlay_tsx --> module_src_projectAuthApi_ts
  module_src_ui_StudioAuthSettingsOverlay_tsx --> module_src_projectAuthHealth_ts
  module_src_ui_StudioAuthSettingsOverlay_tsx --> module_src_projectSecretApi_ts
  module_src_ui_useStudioAppBarAugmentation_test_ts["src/ui/useStudioAppBarAugmentation.test.ts"]
  package__ankhorage_studio -.-> module_src_ui_useStudioAppBarAugmentation_test_ts
  module_src_ui_useStudioAppBarAugmentation_ts["src/ui/useStudioAppBarAugmentation.ts"]
  package__ankhorage_studio -.-> module_src_ui_useStudioAppBarAugmentation_ts
  module_src_ui_useStudioAppBarAugmentation_ts --> module_src_core_StudioContext_ts
  module_src_ui_useStudioAppBarAugmentation_ts --> module_src_studioAdminRouteModel_ts
  module_src_utils_treeUtils_ts["src/utils/treeUtils.ts"]
  package__ankhorage_studio -.-> module_src_utils_treeUtils_ts
  module_src_utils_treeUtils_ts --> module_src_index_ts
